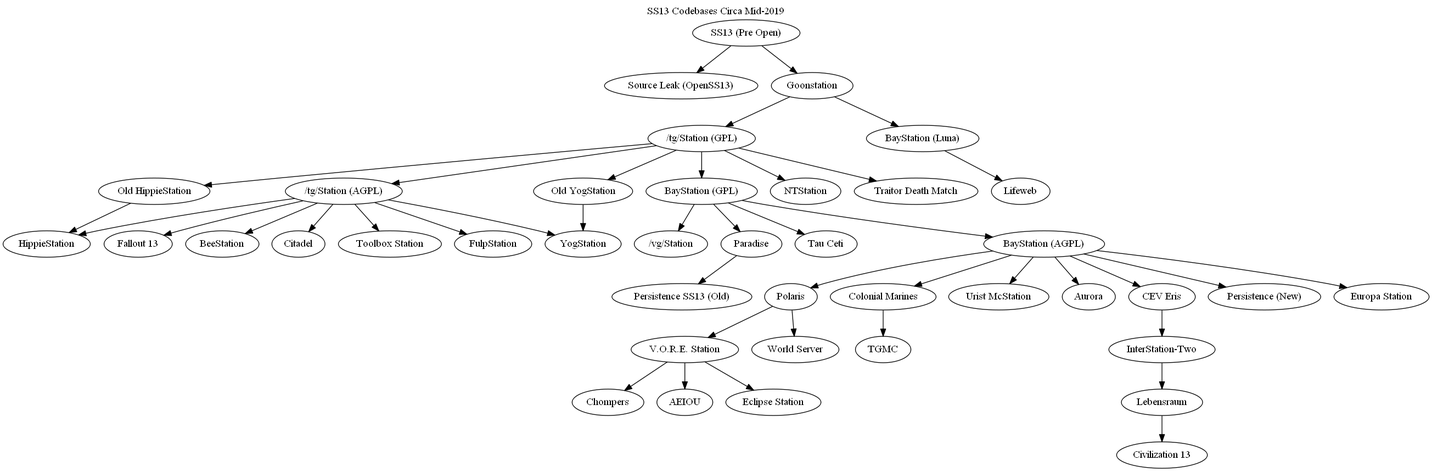
This is tree.png from spacestation13/SS13-Codebases, a Graphviz export, as it was before one commit. Its source is kept beside it as tree.dot.
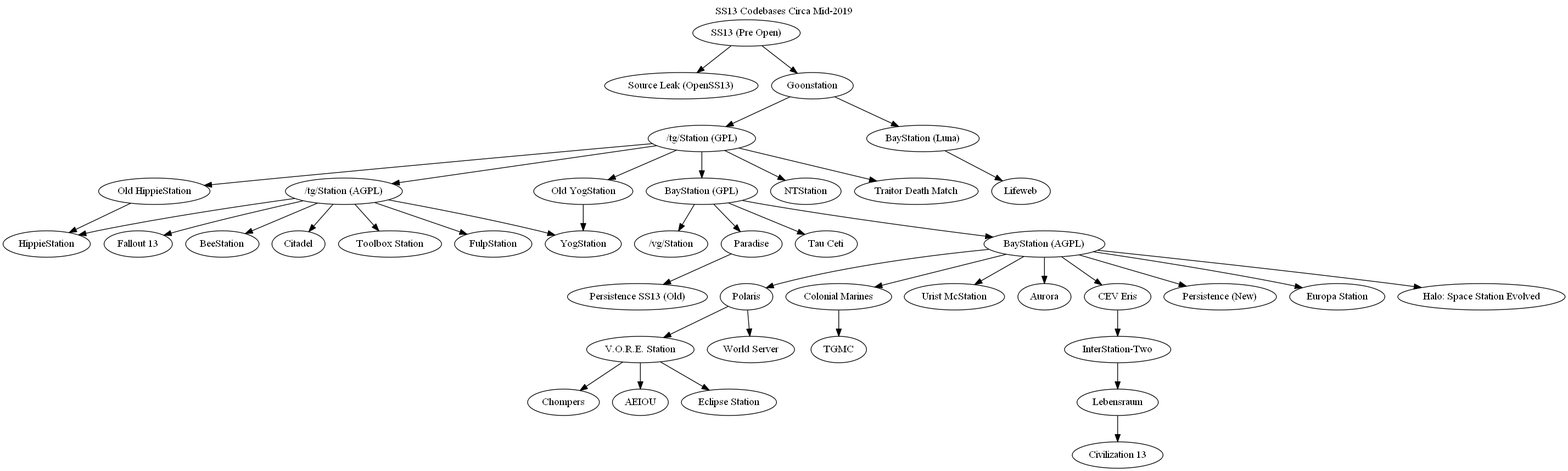
Later version of the same file.

The edit, as a diff of the source:
```diff
@@ -33,6 +33,7 @@
 	"BayStation (AGPL)" -> "CEV Eris"
 	"BayStation (AGPL)" -> "Persistence (New)"
 	"BayStation (AGPL)" -> "Europa Station"
+	"BayStation (AGPL)" -> "Halo: Space Station Evolved"
 	"CEV Eris" -> "InterStation-Two"
 	"InterStation-Two" -> "Lebensraum"
 	"Lebensraum" -> "Civilization 13"
```
